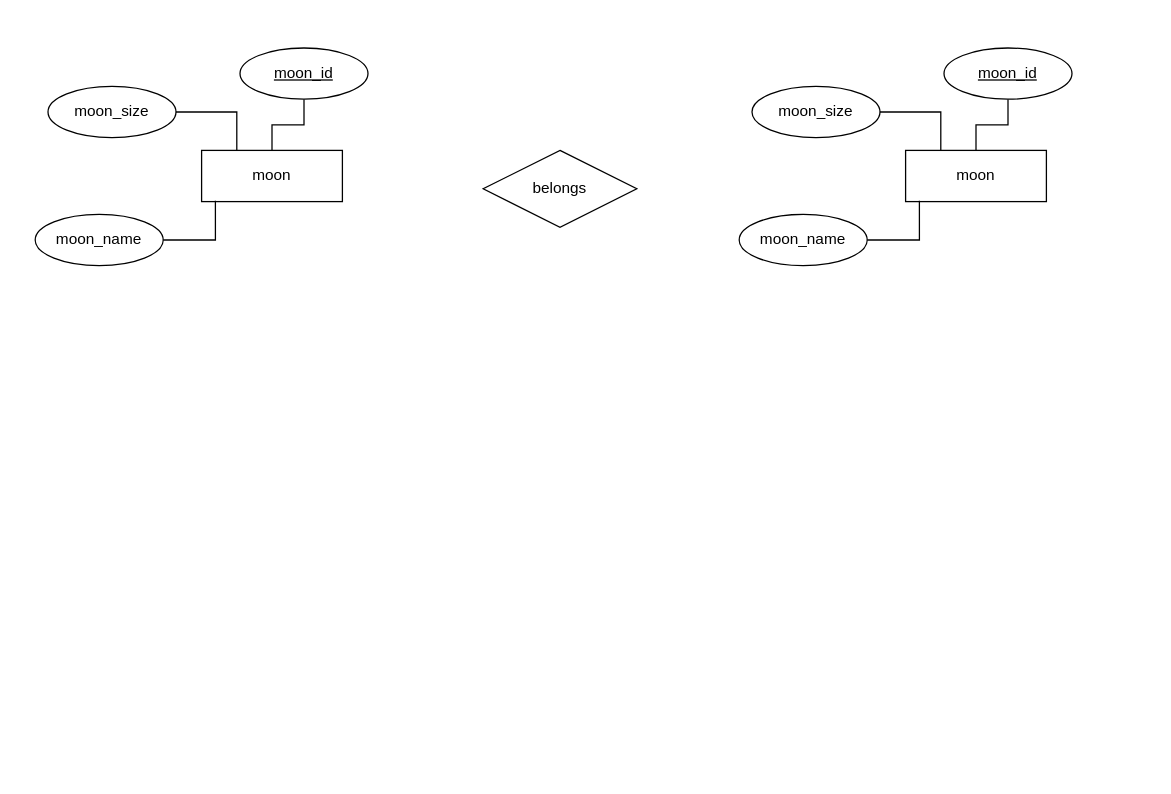
The draw.io diagram der/celestial bodies.drawio in yunagosh7/celestial-bodies-database, before the edit. Source tidied: cells renumbered, new cells numbered last; positions are measured from the earlier drawing's top-left corner, leaving out a move shared by most shapes. Both pictures are drawn from the tidied source at 128%, with x=0, y=0 at pixel (35, 47).
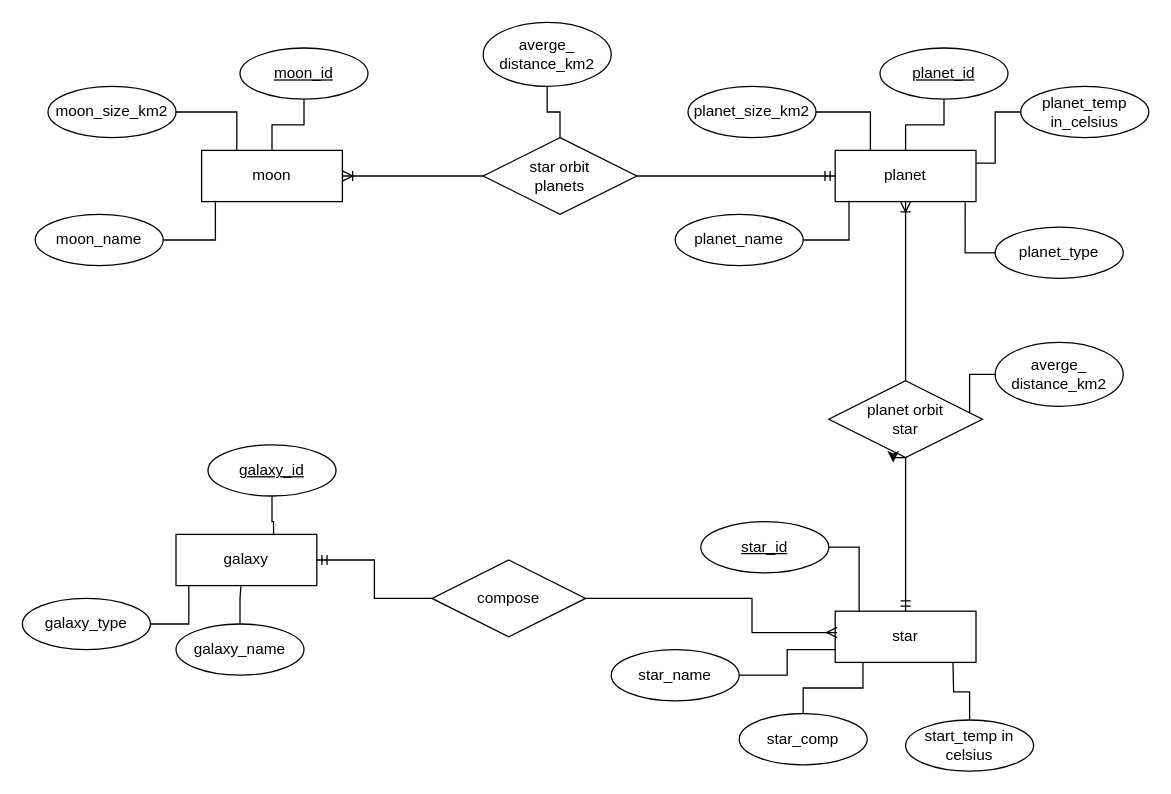
Above is the later version.

The change refers to these unchanged cells:
```xml
<mxCell id="2" value="moon" style="rounded=0;whiteSpace=wrap;html=1;" parent="1" vertex="1">
  <mxGeometry x="130" y="80" width="110" height="40" as="geometry" />
</mxCell>
```

Diff of the diagram source:
```diff
@@
-    <mxCell id="6" value="moon_size" style="ellipse;whiteSpace=wrap;html=1;align=center;" parent="1" vertex="1">
+    <mxCell id="6" value="moon_size_km2" style="ellipse;whiteSpace=wrap;html=1;align=center;" parent="1" vertex="1">
       <mxGeometry x="10" y="30" width="100" height="40" as="geometry" />
     </mxCell>
@@
+    <mxCell id="17" style="edgeStyle=orthogonalEdgeStyle;rounded=0;jettySize=auto;html=1;endArrow=ERoneToMany;endFill=0;" parent="1" edge="1" source="9" target="2">
+      <mxGeometry relative="1" as="geometry" />
+    </mxCell>
+    <mxCell id="18" style="edgeStyle=orthogonalEdgeStyle;rounded=0;jettySize=auto;html=1;endArrow=ERmandOne;endFill=0;" parent="1" edge="1" source="9" target="10">
+      <mxGeometry relative="1" as="geometry" />
+    </mxCell>
-    <mxCell id="9" value="belongs" style="shape=rhombus;perimeter=rhombusPerimeter;whiteSpace=wrap;html=1;align=center;" parent="1" vertex="1">
-      <mxGeometry x="350" y="80" width="120" height="60" as="geometry" />
+    <mxCell id="9" value="star orbit&lt;br&gt;planets" style="shape=rhombus;perimeter=rhombusPerimeter;whiteSpace=wrap;html=1;align=center;" parent="1" vertex="1">
+      <mxGeometry x="350" y="70" width="120" height="60" as="geometry" />
     </mxCell>
+    <mxCell id="19" style="edgeStyle=orthogonalEdgeStyle;rounded=0;jettySize=auto;html=1;endArrow=none;endFill=0;startArrow=ERoneToMany;startFill=0;" parent="1" edge="1" source="10" target="26">
+      <mxGeometry relative="1" as="geometry" />
+    </mxCell>
-    <mxCell id="10" value="moon" style="rounded=0;whiteSpace=wrap;html=1;" parent="1" vertex="1">
-      <mxGeometry x="680" y="80" width="110" height="40" as="geometry" />
+    <mxCell id="10" value="planet" style="rounded=0;whiteSpace=wrap;html=1;" parent="1" vertex="1">
+      <mxGeometry x="625" y="80" width="110" height="40" as="geometry" />
     </mxCell>
@@
-    <mxCell id="12" value="moon_id" style="ellipse;whiteSpace=wrap;html=1;align=center;fontStyle=4;" parent="1" vertex="1">
-      <mxGeometry x="710" width="100" height="40" as="geometry" />
+    <mxCell id="12" value="planet_id" style="ellipse;whiteSpace=wrap;html=1;align=center;fontStyle=4;" parent="1" vertex="1">
+      <mxGeometry x="660" width="100" height="40" as="geometry" />
     </mxCell>
@@
-    <mxCell id="14" value="moon_size" style="ellipse;whiteSpace=wrap;html=1;align=center;" parent="1" vertex="1">
-      <mxGeometry x="560" y="30" width="100" height="40" as="geometry" />
+    <mxCell id="14" value="planet_size_km2" style="ellipse;whiteSpace=wrap;html=1;align=center;" parent="1" vertex="1">
+      <mxGeometry x="510" y="30" width="100" height="40" as="geometry" />
     </mxCell>
@@
-    <mxCell id="16" value="moon_name" style="ellipse;whiteSpace=wrap;html=1;align=center;" parent="1" vertex="1">
-      <mxGeometry x="550" y="130" width="100" height="40" as="geometry" />
+    <mxCell id="16" value="planet_name" style="ellipse;whiteSpace=wrap;html=1;align=center;" parent="1" vertex="1">
+      <mxGeometry x="500" y="130" width="100" height="40" as="geometry" />
     </mxCell>
+    <mxCell id="20" style="edgeStyle=orthogonalEdgeStyle;rounded=0;jettySize=auto;html=1;endArrow=none;endFill=0;" parent="1" edge="1" source="21" target="9">
+      <mxGeometry relative="1" as="geometry" />
+    </mxCell>
+    <mxCell id="21" value="averge_&lt;br&gt;distance_km2" style="ellipse;whiteSpace=wrap;html=1;" parent="1" vertex="1">
+      <mxGeometry x="350" y="-20" width="100" height="50" as="geometry" />
+    </mxCell>
+    <mxCell id="22" style="edgeStyle=orthogonalEdgeStyle;rounded=0;jettySize=auto;html=1;entryX=0.923;entryY=1.012;entryDx=0;entryDy=0;entryPerimeter=0;endArrow=none;endFill=0;" parent="1" edge="1" source="23" target="10">
+      <mxGeometry relative="1" as="geometry" />
+    </mxCell>
+    <mxCell id="23" value="planet_type" style="ellipse;whiteSpace=wrap;html=1;align=center;" parent="1" vertex="1">
+      <mxGeometry x="750" y="140" width="100" height="40" as="geometry" />
+    </mxCell>
+    <mxCell id="24" style="edgeStyle=orthogonalEdgeStyle;rounded=0;jettySize=auto;html=1;entryX=1;entryY=0.25;entryDx=0;entryDy=0;endArrow=none;endFill=0;" parent="1" edge="1" source="25" target="10">
+      <mxGeometry relative="1" as="geometry" />
+    </mxCell>
+    <mxCell id="25" value="planet_temp&lt;br&gt;in_celsius" style="ellipse;whiteSpace=wrap;html=1;align=center;" parent="1" vertex="1">
+      <mxGeometry x="770" y="30" width="100" height="40" as="geometry" />
+    </mxCell>
+    <mxCell id="26" value="planet orbit&lt;br&gt;star" style="shape=rhombus;perimeter=rhombusPerimeter;whiteSpace=wrap;html=1;align=center;" parent="1" vertex="1">
+      <mxGeometry x="620" y="260" width="120" height="60" as="geometry" />
+    </mxCell>
+    <mxCell id="27" style="edgeStyle=orthogonalEdgeStyle;rounded=0;jettySize=auto;html=1;endArrow=none;endFill=0;" parent="1" edge="1" source="28" target="26">
+      <mxGeometry relative="1" as="geometry">
+        <Array as="points">
+          <mxPoint x="730" y="255" />
+        </Array>
+      </mxGeometry>
+    </mxCell>
+    <mxCell id="28" value="averge_&lt;br&gt;distance_km2" style="ellipse;whiteSpace=wrap;html=1;" parent="1" vertex="1">
+      <mxGeometry x="750" y="230" width="100" height="50" as="geometry" />
+    </mxCell>
+    <mxCell id="29" style="edgeStyle=orthogonalEdgeStyle;rounded=0;jettySize=auto;html=1;endArrow=none;endFill=0;startArrow=ERmandOne;startFill=0;" parent="1" edge="1" source="30" target="26">
+      <mxGeometry relative="1" as="geometry" />
+    </mxCell>
+    <mxCell id="30" value="star" style="rounded=0;whiteSpace=wrap;html=1;" parent="1" vertex="1">
+      <mxGeometry x="625" y="440" width="110" height="40" as="geometry" />
+    </mxCell>
+    <mxCell id="31" style="edgeStyle=orthogonalEdgeStyle;rounded=0;jettySize=auto;html=1;entryX=0.17;entryY=0.008;entryDx=0;entryDy=0;entryPerimeter=0;endArrow=none;endFill=0;" parent="1" edge="1" source="32" target="30">
+      <mxGeometry relative="1" as="geometry" />
+    </mxCell>
+    <mxCell id="32" value="star_id" style="ellipse;whiteSpace=wrap;html=1;align=center;fontStyle=4;" parent="1" vertex="1">
+      <mxGeometry x="520" y="370" width="100" height="40" as="geometry" />
+    </mxCell>
+    <mxCell id="33" style="edgeStyle=orthogonalEdgeStyle;rounded=0;jettySize=auto;html=1;entryX=0;entryY=0.75;entryDx=0;entryDy=0;endArrow=none;endFill=0;" parent="1" edge="1" source="34" target="30">
+      <mxGeometry relative="1" as="geometry" />
+    </mxCell>
+    <mxCell id="34" value="star_name" style="ellipse;whiteSpace=wrap;html=1;align=center;" parent="1" vertex="1">
+      <mxGeometry x="450" y="470" width="100" height="40" as="geometry" />
+    </mxCell>
+    <mxCell id="35" style="edgeStyle=orthogonalEdgeStyle;rounded=0;jettySize=auto;html=1;entryX=0.197;entryY=0.997;entryDx=0;entryDy=0;entryPerimeter=0;endArrow=none;endFill=0;" parent="1" edge="1" source="36" target="30">
+      <mxGeometry relative="1" as="geometry" />
+    </mxCell>
+    <mxCell id="36" value="star_comp" style="ellipse;whiteSpace=wrap;html=1;align=center;" parent="1" vertex="1">
+      <mxGeometry x="550" y="520" width="100" height="40" as="geometry" />
+    </mxCell>
+    <mxCell id="37" style="edgeStyle=orthogonalEdgeStyle;rounded=0;jettySize=auto;html=1;endArrow=none;endFill=0;" parent="1" edge="1" source="38">
+      <mxGeometry relative="1" as="geometry">
+        <mxPoint x="717" y="480" as="targetPoint" />
+      </mxGeometry>
+    </mxCell>
+    <mxCell id="38" value="start_temp in celsius" style="ellipse;whiteSpace=wrap;html=1;align=center;" parent="1" vertex="1">
+      <mxGeometry x="680" y="525" width="100" height="40" as="geometry" />
+    </mxCell>
+    <mxCell id="39" style="edgeStyle=orthogonalEdgeStyle;rounded=0;orthogonalLoop=1;jettySize=auto;html=1;exitX=0.5;exitY=1;exitDx=0;exitDy=0;entryX=0.419;entryY=1.064;entryDx=0;entryDy=0;entryPerimeter=0;" parent="1" edge="1" source="26" target="26">
+      <mxGeometry relative="1" as="geometry" />
+    </mxCell>
+    <mxCell id="40" style="edgeStyle=orthogonalEdgeStyle;rounded=0;jettySize=auto;html=1;endArrow=ERmany;endFill=0;entryX=0.013;entryY=0.417;entryDx=0;entryDy=0;entryPerimeter=0;" parent="1" edge="1" source="42" target="30">
+      <mxGeometry relative="1" as="geometry">
+        <Array as="points">
+          <mxPoint x="560" y="430" />
+          <mxPoint x="560" y="457" />
+        </Array>
+      </mxGeometry>
+    </mxCell>
+    <mxCell id="41" style="edgeStyle=orthogonalEdgeStyle;rounded=0;jettySize=auto;html=1;endArrow=ERmandOne;endFill=0;" parent="1" edge="1" source="42" target="43">
+      <mxGeometry relative="1" as="geometry" />
+    </mxCell>
+    <mxCell id="42" value="compose" style="shape=rhombus;perimeter=rhombusPerimeter;whiteSpace=wrap;html=1;align=center;" parent="1" vertex="1">
+      <mxGeometry x="310" y="400" width="120" height="60" as="geometry" />
+    </mxCell>
+    <mxCell id="43" value="galaxy" style="rounded=0;whiteSpace=wrap;html=1;" parent="1" vertex="1">
+      <mxGeometry x="110" y="380" width="110" height="40" as="geometry" />
+    </mxCell>
+    <mxCell id="44" style="edgeStyle=orthogonalEdgeStyle;rounded=0;jettySize=auto;html=1;entryX=0.693;entryY=0.019;entryDx=0;entryDy=0;entryPerimeter=0;endArrow=none;endFill=0;" parent="1" edge="1" source="45" target="43">
+      <mxGeometry relative="1" as="geometry" />
+    </mxCell>
+    <mxCell id="45" value="galaxy_id" style="ellipse;whiteSpace=wrap;html=1;align=center;fontStyle=4;" parent="1" vertex="1">
+      <mxGeometry x="135" y="310" width="100" height="40" as="geometry" />
+    </mxCell>
+    <mxCell id="46" style="edgeStyle=orthogonalEdgeStyle;rounded=0;jettySize=auto;html=1;entryX=0.461;entryY=1.013;entryDx=0;entryDy=0;entryPerimeter=0;endArrow=none;endFill=0;" parent="1" edge="1" source="47" target="43">
+      <mxGeometry relative="1" as="geometry" />
+    </mxCell>
+    <mxCell id="47" value="galaxy_name" style="ellipse;whiteSpace=wrap;html=1;align=center;" parent="1" vertex="1">
+      <mxGeometry x="110" y="450" width="100" height="40" as="geometry" />
+    </mxCell>
+    <mxCell id="48" style="edgeStyle=orthogonalEdgeStyle;rounded=0;jettySize=auto;html=1;entryX=0.091;entryY=1;entryDx=0;entryDy=0;entryPerimeter=0;endArrow=none;endFill=0;" parent="1" edge="1" source="49" target="43">
+      <mxGeometry relative="1" as="geometry" />
+    </mxCell>
+    <mxCell id="49" value="galaxy_type" style="ellipse;whiteSpace=wrap;html=1;align=center;" parent="1" vertex="1">
+      <mxGeometry x="-10" y="430" width="100" height="40" as="geometry" />
+    </mxCell>
```
